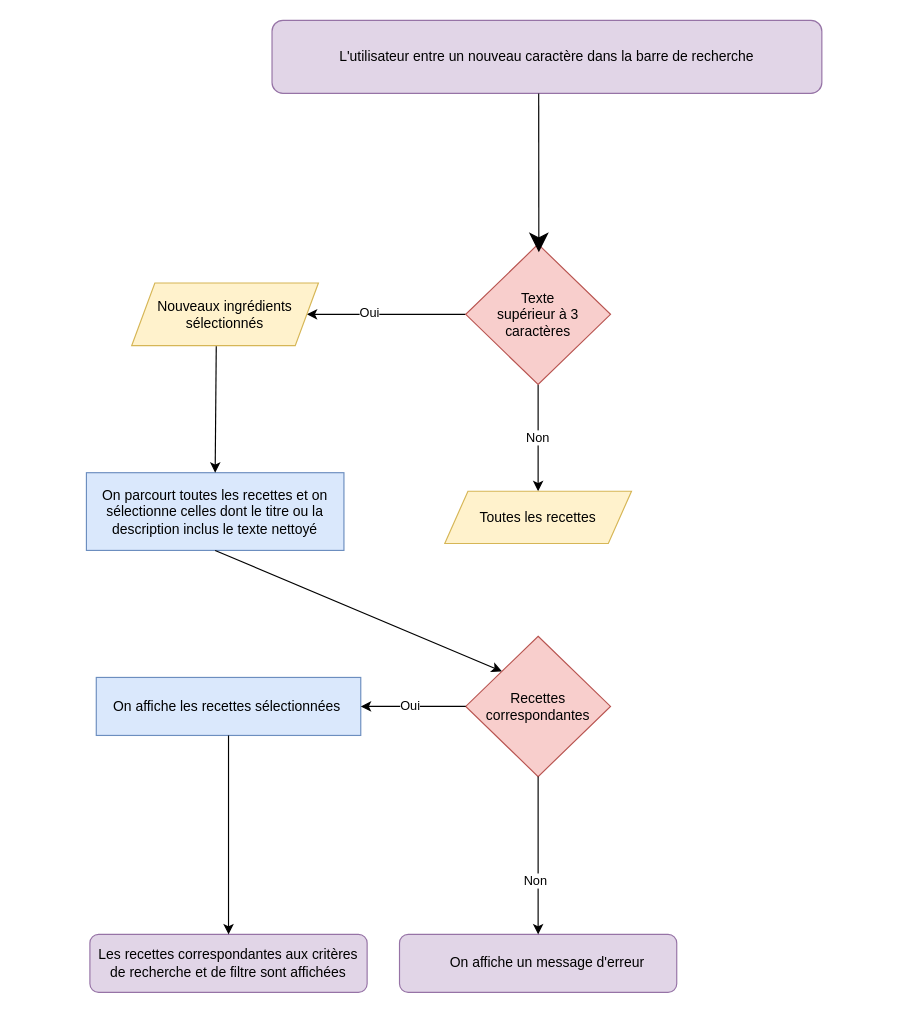
Above: algos/algorigramme.drawio.drawio in melacod/MelanieKlein_7_09092021 (draw.io), before the change. Source tidied: cells renumbered, new cells numbered last; positions are measured from the earlier drawing's top-left corner, leaving out a move shared by most shapes. Both pictures are drawn from the tidied source at 116%, with x=0, y=0 at pixel (86, 20).
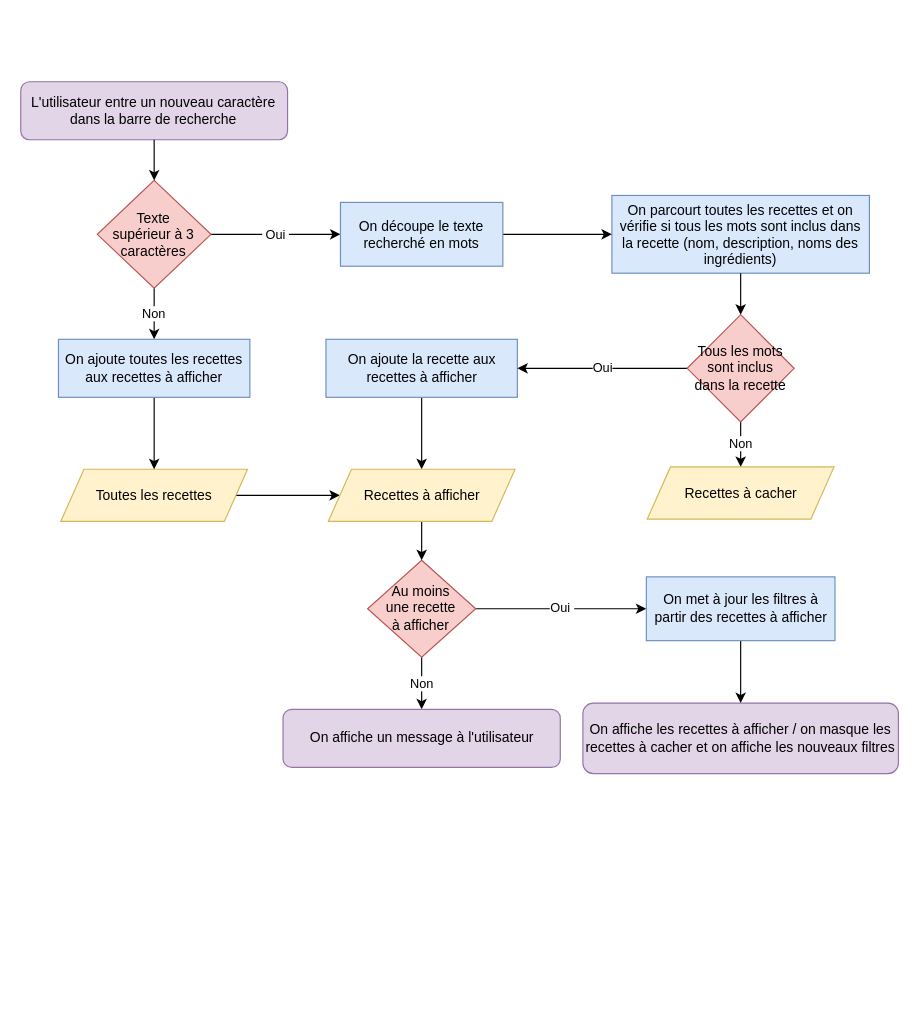
Above is the later version.

Diff of the diagram source:
```diff
@@
     <mxCell id="2" value="&lt;span&gt;L'utilisateur entre un nouveau caractère dans la barre de recherche&lt;/span&gt;" style="rounded=1;whiteSpace=wrap;html=1;fillColor=#e1d5e7;strokeColor=#9673a6;" parent="1" vertex="1">
-      <mxGeometry x="160" width="474" height="63" as="geometry" />
+      <mxGeometry x="-56.6" y="53" width="230" height="50" as="geometry" />
     </mxCell>
-    <mxCell id="3" style="endArrow=classic;html=1;exitX=0;exitY=0.5;exitDx=0;exitDy=0;entryX=1;entryY=0.5;entryDx=0;entryDy=0;" parent="1" edge="1" source="12" target="6">
+    <mxCell id="3" value="&amp;nbsp;Oui&amp;nbsp;" style="endArrow=classic;html=1;exitX=1;exitY=0.5;exitDx=0;exitDy=0;entryX=0;entryY=0.5;entryDx=0;entryDy=0;" parent="1" edge="1" source="12" target="26">
       <mxGeometry relative="1" as="geometry" />
     </mxCell>
-    <mxCell id="4" value="Oui" style="edgeLabel;html=1;align=center;verticalAlign=middle;" parent="3" vertex="1">
-      <mxGeometry x="0.22" y="-2" relative="1" as="geometry" />
-    </mxCell>
-    <mxCell id="5" value="Non" style="endArrow=classic;html=1;exitX=0.5;exitY=1;exitDx=0;exitDy=0;entryX=0.5;entryY=0;entryDx=0;entryDy=0;" parent="1" edge="1" source="12" target="13">
+    <mxCell id="5" value="Non" style="endArrow=classic;html=1;exitX=0.5;exitY=1;exitDx=0;exitDy=0;entryX=0.5;entryY=0;entryDx=0;entryDy=0;" parent="1" edge="1" source="12" target="38">
       <mxGeometry relative="1" as="geometry" />
     </mxCell>
-    <mxCell id="6" value="&lt;span&gt;Nouveaux ingrédients sélectionnés&lt;/span&gt;" style="shape=parallelogram;perimeter=parallelogramPerimeter;whiteSpace=wrap;html=1;fixedSize=1;fillColor=#fff2cc;strokeColor=#d6b656;" parent="1" vertex="1">
-      <mxGeometry x="39" y="226.5" width="161" height="54" as="geometry" />
-    </mxCell>
-    <mxCell id="7" value="&lt;span&gt;On parcourt toutes les recettes et on sélectionne celles dont le titre ou la description inclus le texte nettoyé&lt;/span&gt;" style="rounded=0;whiteSpace=wrap;html=1;fillColor=#dae8fc;strokeColor=#6c8ebf;" parent="1" vertex="1">
-      <mxGeometry y="390" width="222" height="67" as="geometry" />
+    <mxCell id="7" value="&lt;span&gt;On parcourt toutes les recettes et on vérifie si tous les mots sont inclus dans la recette (nom, description, noms des ingrédients)&lt;/span&gt;" style="rounded=0;whiteSpace=wrap;html=1;fillColor=#dae8fc;strokeColor=#6c8ebf;" parent="1" vertex="1">
+      <mxGeometry x="453" y="151" width="222" height="67" as="geometry" />
     </mxCell>
-    <mxCell id="8" style="endArrow=classic;html=1;exitX=0.5;exitY=1;exitDx=0;exitDy=0;entryX=0;entryY=0;entryDx=0;entryDy=0;" parent="1" edge="1" source="7" target="15">
+    <mxCell id="8" style="endArrow=classic;html=1;exitX=0.5;exitY=1;exitDx=0;exitDy=0;entryX=0.5;entryY=0;entryDx=0;entryDy=0;" parent="1" edge="1" source="7" target="29">
       <mxGeometry relative="1" as="geometry" />
     </mxCell>
+    <mxCell id="24" style="edgeStyle=orthogonalEdgeStyle;rounded=0;jettySize=auto;html=1;" parent="1" edge="1" source="9" target="35">
+      <mxGeometry relative="1" as="geometry" />
+    </mxCell>
-    <mxCell id="9" value="&lt;span&gt;On affiche les recettes sélectionnées&amp;nbsp;&lt;/span&gt;" style="rounded=0;whiteSpace=wrap;html=1;fillColor=#dae8fc;strokeColor=#6c8ebf;" parent="1" vertex="1">
-      <mxGeometry x="8.5" y="566.5" width="228" height="50" as="geometry" />
+    <mxCell id="9" value="&lt;span&gt;On ajoute la recette aux recettes à afficher&lt;/span&gt;" style="rounded=0;whiteSpace=wrap;html=1;fillColor=#dae8fc;strokeColor=#6c8ebf;" parent="1" vertex="1">
+      <mxGeometry x="206.5" y="275" width="165" height="50" as="geometry" />
     </mxCell>
-    <mxCell id="10" value="&lt;span&gt;Les recettes correspondantes aux critères de recherche et de filtre sont affichées&lt;/span&gt;" style="rounded=1;whiteSpace=wrap;html=1;fillColor=#e1d5e7;strokeColor=#9673a6;" parent="1" vertex="1">
-      <mxGeometry x="3" y="788" width="239" height="50" as="geometry" />
+    <mxCell id="10" value="&lt;span&gt;On affiche les recettes à afficher / on masque les recettes à cacher et on affiche les nouveaux filtres&lt;/span&gt;" style="rounded=1;whiteSpace=wrap;html=1;fillColor=#e1d5e7;strokeColor=#9673a6;" parent="1" vertex="1">
+      <mxGeometry x="428" y="588.6" width="272" height="60.8" as="geometry" />
     </mxCell>
-    <mxCell id="11" style="endArrow=classic;html=1;exitX=0.5;exitY=1;exitDx=0;exitDy=0;entryX=0.5;entryY=0;entryDx=0;entryDy=0;" parent="1" edge="1" source="9" target="10">
-      <mxGeometry relative="1" as="geometry" />
-    </mxCell>
     <mxCell id="12" value="&lt;span&gt;Texte&lt;/span&gt;&lt;br&gt;&lt;span&gt;supérieur à 3 caractères&lt;/span&gt;" style="rhombus;whiteSpace=wrap;html=1;fillColor=#f8cecc;strokeColor=#b85450;" parent="1" vertex="1">
-      <mxGeometry x="327" y="193" width="124.8" height="121" as="geometry" />
+      <mxGeometry x="9.4" y="138" width="98" height="93" as="geometry" />
     </mxCell>
+    <mxCell id="25" style="edgeStyle=orthogonalEdgeStyle;rounded=0;jettySize=auto;html=1;" parent="1" edge="1" source="13" target="35">
+      <mxGeometry relative="1" as="geometry" />
+    </mxCell>
     <mxCell id="13" value="&lt;span&gt;Toutes les recettes&lt;/span&gt;" style="shape=parallelogram;perimeter=parallelogramPerimeter;whiteSpace=wrap;html=1;fixedSize=1;fillColor=#fff2cc;strokeColor=#d6b656;" parent="1" vertex="1">
-      <mxGeometry x="308.9" y="406" width="161" height="45" as="geometry" />
+      <mxGeometry x="-22.1" y="387" width="161" height="45" as="geometry" />
     </mxCell>
+    <mxCell id="19" style="endArrow=classic;html=1;entryX=0;entryY=0.5;entryDx=0;entryDy=0;exitX=1;exitY=0.5;exitDx=0;exitDy=0;" parent="1" edge="1" source="26" target="7">
+      <mxGeometry relative="1" as="geometry" />
+    </mxCell>
-    <mxCell id="14" style="endArrow=classic;html=1;startSize=14;endSize=14;sourcePerimeterSpacing=8;targetPerimeterSpacing=8;exitX=0.485;exitY=1;exitDx=0;exitDy=0;exitPerimeter=0;entryX=0.505;entryY=0.058;entryDx=0;entryDy=0;entryPerimeter=0;" parent="1" edge="1" source="2" target="12">
+    <mxCell id="14" style="endArrow=classic;html=1;entryX=0.5;entryY=0;entryDx=0;entryDy=0;exitX=0.5;exitY=1;exitDx=0;exitDy=0;" parent="1" edge="1" source="2" target="12">
       <mxGeometry relative="1" as="geometry" />
     </mxCell>
-    <mxCell id="15" style="rhombus;whiteSpace=wrap;html=1;fillColor=#f8cecc;strokeColor=#b85450;" parent="1" vertex="1">
-      <mxGeometry x="327" y="531" width="124.8" height="121" as="geometry" />
-    </mxCell>
-    <mxCell id="16" value="Recettes&lt;br&gt;correspondantes" style="text;html=1;strokeColor=none;fillColor=none;align=center;verticalAlign=middle;whiteSpace=wrap;rounded=0;" parent="1" vertex="1">
-      <mxGeometry x="339.1" y="568.8" width="100.6" height="45.5" as="geometry" />
-    </mxCell>
-    <mxCell id="17" style="endArrow=classic;html=1;exitX=0;exitY=0.5;exitDx=0;exitDy=0;entryX=1;entryY=0.5;entryDx=0;entryDy=0;" parent="1" edge="1" source="15" target="9">
-      <mxGeometry relative="1" as="geometry" />
-    </mxCell>
-    <mxCell id="18" value="Oui" style="edgeLabel;html=1;align=center;verticalAlign=middle;" parent="1" vertex="1">
-      <mxGeometry x="278" y="590" as="geometry" />
-    </mxCell>
-    <mxCell id="19" style="endArrow=classic;html=1;entryX=0.5;entryY=0;entryDx=0;entryDy=0;exitX=0.453;exitY=1.009;exitDx=0;exitDy=0;exitPerimeter=0;" parent="1" edge="1" source="6" target="7">
-      <mxGeometry relative="1" as="geometry" />
-    </mxCell>
-    <mxCell id="20" style="rounded=1;whiteSpace=wrap;html=1;fillColor=#e1d5e7;strokeColor=#9673a6;" parent="1" vertex="1">
-      <mxGeometry x="269.9" y="788" width="239" height="50" as="geometry" />
-    </mxCell>
-    <mxCell id="21" value="On affiche un message d'erreur" style="text;html=1;strokeColor=none;fillColor=none;align=center;verticalAlign=middle;whiteSpace=wrap;rounded=0;" parent="1" vertex="1">
-      <mxGeometry x="306.5" y="798" width="181" height="30" as="geometry" />
-    </mxCell>
-    <mxCell id="22" style="endArrow=classic;html=1;entryX=0.5;entryY=0;entryDx=0;entryDy=0;exitX=0.5;exitY=1;exitDx=0;exitDy=0;" parent="1" edge="1" source="15" target="20">
-      <mxGeometry relative="1" as="geometry" />
-    </mxCell>
-    <mxCell id="23" value="Non" style="edgeLabel;html=1;align=center;verticalAlign=middle;" parent="1" vertex="1">
-      <mxGeometry x="256" y="272" as="geometry">
-        <mxPoint x="130" y="469" as="offset" />
-      </mxGeometry>
-    </mxCell>
+    <mxCell id="26" value="&lt;span&gt;On découpe le texte recherché en mots&lt;/span&gt;" style="rounded=0;whiteSpace=wrap;html=1;fillColor=#dae8fc;strokeColor=#6c8ebf;" parent="1" vertex="1">
+      <mxGeometry x="219" y="157" width="140" height="55" as="geometry" />
+    </mxCell>
+    <mxCell id="27" value="Oui" style="edgeStyle=orthogonalEdgeStyle;rounded=0;jettySize=auto;html=1;exitX=0;exitY=0.5;exitDx=0;exitDy=0;entryX=1;entryY=0.5;entryDx=0;entryDy=0;" parent="1" edge="1" source="29" target="9">
+      <mxGeometry relative="1" as="geometry">
+        <Array as="points">
+          <mxPoint x="503" y="300" />
+        </Array>
+      </mxGeometry>
+    </mxCell>
+    <mxCell id="28" value="Non" style="edgeStyle=orthogonalEdgeStyle;rounded=0;jettySize=auto;html=1;" parent="1" edge="1" source="29" target="36">
+      <mxGeometry relative="1" as="geometry" />
+    </mxCell>
+    <mxCell id="29" value="Tous les mots &lt;br&gt;sont inclus &lt;br&gt;dans la recette" style="rhombus;whiteSpace=wrap;html=1;fillColor=#f8cecc;strokeColor=#b85450;" parent="1" vertex="1">
+      <mxGeometry x="517.9" y="253.8" width="92.2" height="92.5" as="geometry" />
+    </mxCell>
+    <mxCell id="30" value="Non" style="edgeStyle=orthogonalEdgeStyle;rounded=0;jettySize=auto;html=1;" parent="1" edge="1" source="32" target="33">
+      <mxGeometry relative="1" as="geometry" />
+    </mxCell>
+    <mxCell id="31" value="Oui&amp;nbsp;" style="edgeStyle=orthogonalEdgeStyle;rounded=0;jettySize=auto;html=1;entryX=0;entryY=0.5;entryDx=0;entryDy=0;" parent="1" edge="1" source="32" target="40">
+      <mxGeometry relative="1" as="geometry" />
+    </mxCell>
+    <mxCell id="32" value="Au moins &lt;br&gt;une recette &lt;br&gt;à afficher" style="rhombus;whiteSpace=wrap;html=1;fillColor=#f8cecc;strokeColor=#b85450;" parent="1" vertex="1">
+      <mxGeometry x="242.4" y="465.5" width="93.2" height="83.5" as="geometry" />
+    </mxCell>
+    <mxCell id="33" value="&lt;span&gt;On affiche un message à l'utilisateur&lt;/span&gt;" style="rounded=1;whiteSpace=wrap;html=1;fillColor=#e1d5e7;strokeColor=#9673a6;" parent="1" vertex="1">
+      <mxGeometry x="169.5" y="594" width="239" height="50" as="geometry" />
+    </mxCell>
+    <mxCell id="34" style="edgeStyle=orthogonalEdgeStyle;rounded=0;jettySize=auto;html=1;" parent="1" edge="1" source="35" target="32">
+      <mxGeometry relative="1" as="geometry" />
+    </mxCell>
+    <mxCell id="35" value="&lt;span&gt;Recettes à afficher&lt;/span&gt;" style="shape=parallelogram;perimeter=parallelogramPerimeter;whiteSpace=wrap;html=1;fixedSize=1;fillColor=#fff2cc;strokeColor=#d6b656;" parent="1" vertex="1">
+      <mxGeometry x="208.5" y="387" width="161" height="45" as="geometry" />
+    </mxCell>
+    <mxCell id="36" value="&lt;span&gt;Recettes à cacher&lt;/span&gt;" style="shape=parallelogram;perimeter=parallelogramPerimeter;whiteSpace=wrap;html=1;fixedSize=1;fillColor=#fff2cc;strokeColor=#d6b656;" parent="1" vertex="1">
+      <mxGeometry x="483.5" y="385" width="161" height="45" as="geometry" />
+    </mxCell>
+    <mxCell id="37" style="edgeStyle=orthogonalEdgeStyle;rounded=0;jettySize=auto;html=1;" parent="1" edge="1" source="38" target="13">
+      <mxGeometry relative="1" as="geometry" />
+    </mxCell>
+    <mxCell id="38" value="&lt;span&gt;On ajoute toutes les recettes aux recettes à afficher&lt;/span&gt;" style="rounded=0;whiteSpace=wrap;html=1;fillColor=#dae8fc;strokeColor=#6c8ebf;" parent="1" vertex="1">
+      <mxGeometry x="-24.1" y="275" width="165" height="50" as="geometry" />
+    </mxCell>
+    <mxCell id="39" style="edgeStyle=orthogonalEdgeStyle;rounded=0;jettySize=auto;html=1;" parent="1" edge="1" source="40" target="10">
+      <mxGeometry relative="1" as="geometry" />
+    </mxCell>
+    <mxCell id="40" value="&lt;span&gt;On met à jour les filtres à partir des recettes à afficher&lt;/span&gt;" style="rounded=0;whiteSpace=wrap;html=1;fillColor=#dae8fc;strokeColor=#6c8ebf;" parent="1" vertex="1">
+      <mxGeometry x="482.7" y="479.8" width="162.6" height="55" as="geometry" />
+    </mxCell>
```
